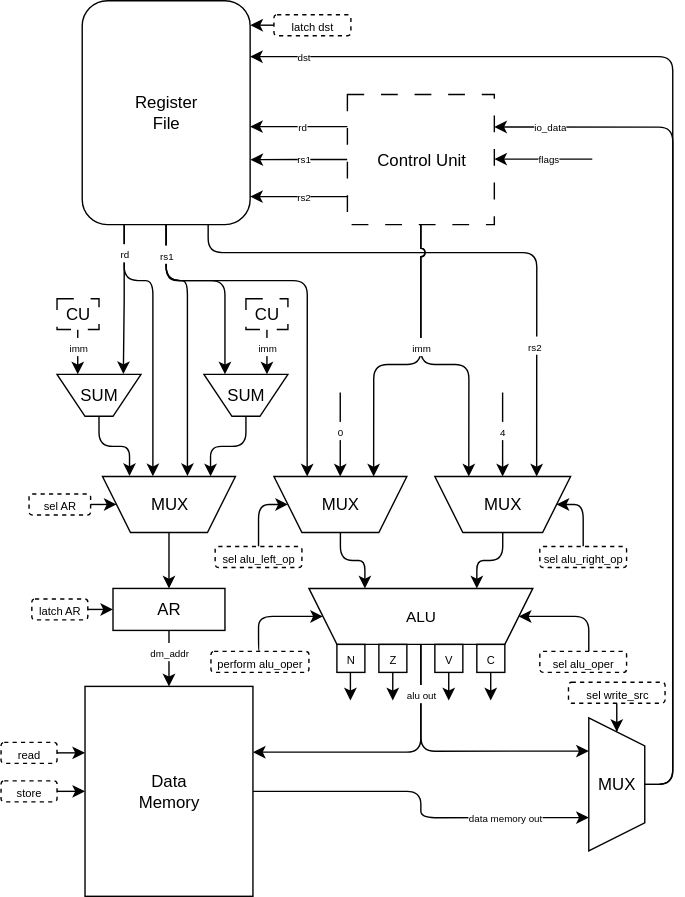
The draw.io diagram img/DataPath.svg in mip3x/csa-lab-iv, before a commit. Source tidied: cells renumbered, new cells last; positions are measured from the earlier drawing's top-left corner, leaving out a move shared by most shapes.
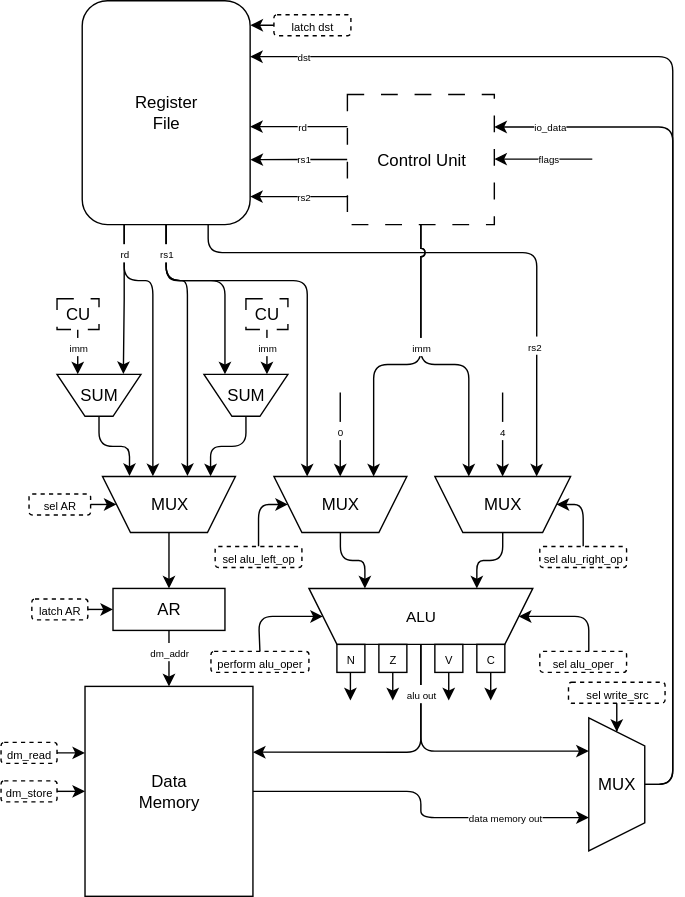
Later version of the same file.

Commit message:
chore: renamings in schemes

The edit, as a diff of the source:
```diff
@@ -203,7 +203,7 @@
       </mxGeometry>
     </mxCell>
     <mxCell id="47" value="&lt;font style=&quot;font-size: 7px;&quot;&gt;rs1&lt;/font&gt;" style="edgeLabel;html=1;align=center;verticalAlign=middle;" parent="1" vertex="1">
-      <mxGeometry x="120" y="180" as="geometry">
+      <mxGeometry x="120" y="179" as="geometry">
         <mxPoint x="-2" y="1" as="offset" />
       </mxGeometry>
     </mxCell>
@@ -285,13 +285,13 @@
     <mxCell id="68" value="&lt;font style=&quot;font-size: 8px;&quot;&gt;latch AR&lt;/font&gt;" style="rounded=1;whiteSpace=wrap;html=1;dashed=1;" parent="1" vertex="1">
       <mxGeometry x="22" y="427.5" width="40" height="15" as="geometry" />
     </mxCell>
-    <mxCell id="69" value="&lt;font style=&quot;font-size: 8px;&quot;&gt;read&lt;/font&gt;" style="rounded=1;whiteSpace=wrap;html=1;dashed=1;" parent="1" vertex="1">
+    <mxCell id="69" value="&lt;font style=&quot;font-size: 8px;&quot;&gt;dm_read&lt;/font&gt;" style="rounded=1;whiteSpace=wrap;html=1;dashed=1;" parent="1" vertex="1">
       <mxGeometry y="530" width="40" height="15" as="geometry" />
     </mxCell>
     <mxCell id="70" style="edgeStyle=orthogonalEdgeStyle;rounded=0;jettySize=auto;html=1;exitX=1;exitY=0.5;exitDx=0;exitDy=0;entryX=0;entryY=0.5;entryDx=0;entryDy=0;" parent="1" edge="1" source="71" target="23">
       <mxGeometry relative="1" as="geometry" />
     </mxCell>
-    <mxCell id="71" value="&lt;font style=&quot;font-size: 8px;&quot;&gt;store&lt;/font&gt;" style="rounded=1;whiteSpace=wrap;html=1;dashed=1;" parent="1" vertex="1">
+    <mxCell id="71" value="&lt;font style=&quot;font-size: 8px;&quot;&gt;dm_store&lt;/font&gt;" style="rounded=1;whiteSpace=wrap;html=1;dashed=1;" parent="1" vertex="1">
       <mxGeometry y="557.5" width="40" height="15" as="geometry" />
     </mxCell>
     <mxCell id="72" style="edgeStyle=orthogonalEdgeStyle;rounded=0;jettySize=auto;html=1;exitX=1;exitY=0.5;exitDx=0;exitDy=0;entryX=0;entryY=0.319;entryDx=0;entryDy=0;entryPerimeter=0;" parent="1" edge="1" source="69" target="23">
```
